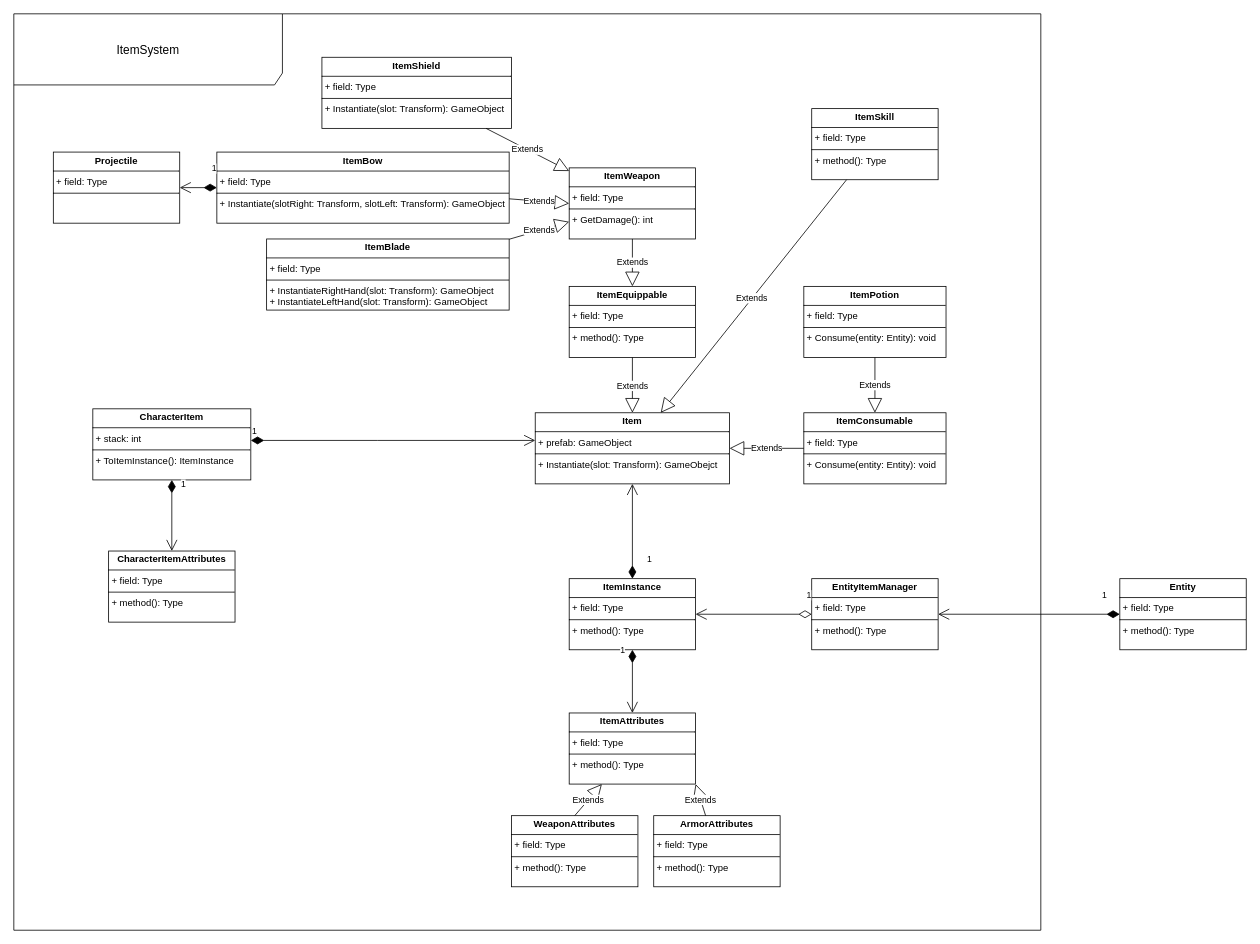
GameCater/DrawIO keeps this draw.io diagram as rpg.drawio. Above is the earlier version. Source tidied: cells renumbered, new cells numbered last; positions are measured from the earlier drawing's top-left corner, leaving out a move shared by most shapes. Both pictures are drawn from the tidied source at 79%, with x=0, y=0 at pixel (13, 13).
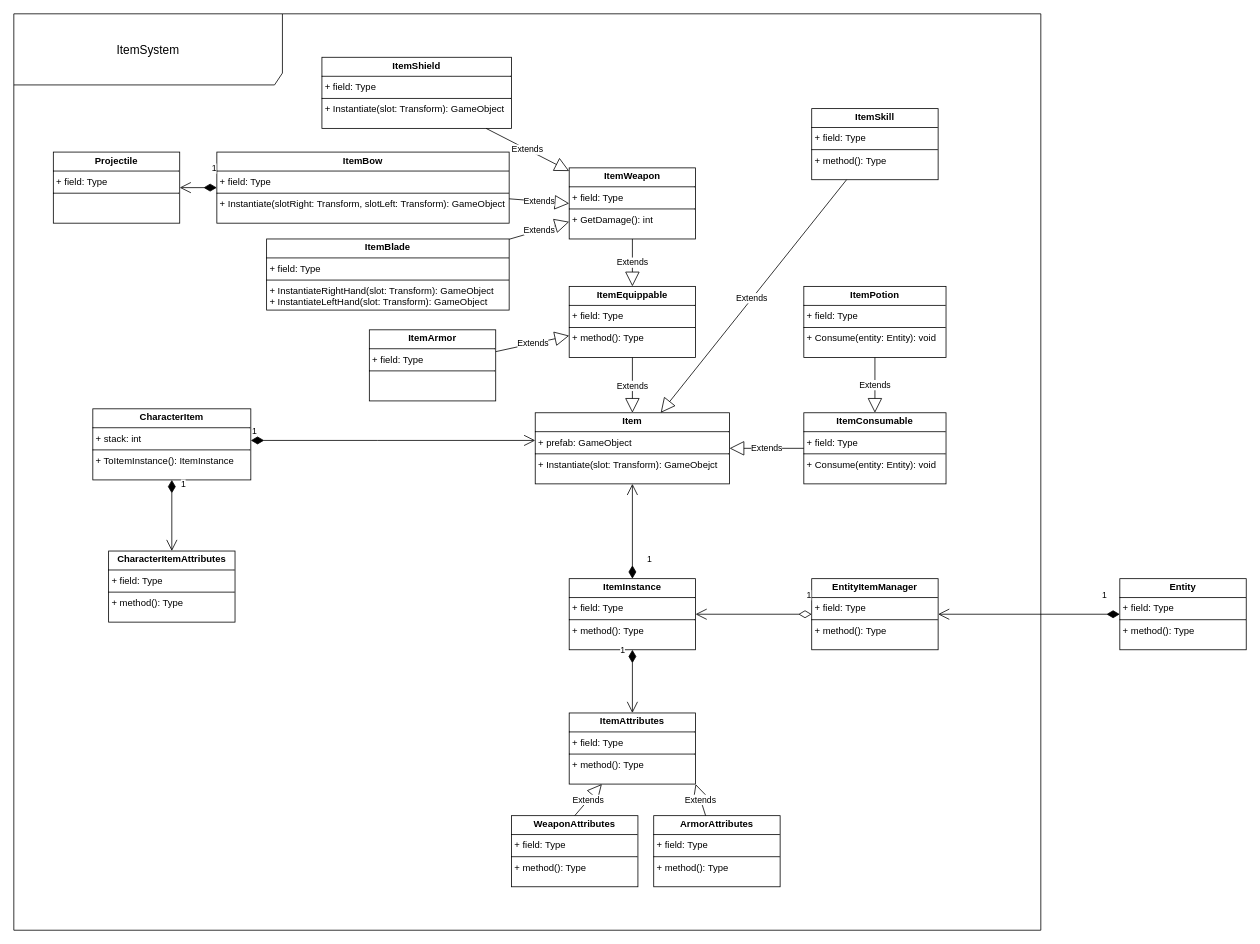
Above is the later version.

Unchanged cells that the change refers to:
```xml
<mxCell id="7" value="&lt;p style=&quot;margin:0px;margin-top:4px;text-align:center;&quot;&gt;&lt;b&gt;ItemEquippable&lt;/b&gt;&lt;/p&gt;&lt;hr size=&quot;1&quot; style=&quot;border-style:solid;&quot;&gt;&lt;p style=&quot;margin:0px;margin-left:4px;&quot;&gt;+ field: Type&lt;/p&gt;&lt;hr size=&quot;1&quot; style=&quot;border-style:solid;&quot;&gt;&lt;p style=&quot;margin:0px;margin-left:4px;&quot;&gt;+ method(): Type&lt;/p&gt;" style="verticalAlign=top;align=left;overflow=fill;html=1;whiteSpace=wrap;" parent="1" vertex="1">
  <mxGeometry x="703" y="345" width="160" height="90" as="geometry" />
</mxCell>
```

The edit, as a diff of the source:
```diff
@@
+    <mxCell id="38" value="&lt;p style=&quot;margin:0px;margin-top:4px;text-align:center;&quot;&gt;&lt;b&gt;ItemArmor&lt;/b&gt;&lt;/p&gt;&lt;hr size=&quot;1&quot; style=&quot;border-style:solid;&quot;&gt;&lt;p style=&quot;margin:0px;margin-left:4px;&quot;&gt;+ field: Type&lt;/p&gt;&lt;hr size=&quot;1&quot; style=&quot;border-style:solid;&quot;&gt;&lt;p style=&quot;margin:0px;margin-left:4px;&quot;&gt;&lt;br&gt;&lt;/p&gt;" style="verticalAlign=top;align=left;overflow=fill;html=1;whiteSpace=wrap;" parent="1" vertex="1">
+      <mxGeometry x="450" y="400" width="160" height="90" as="geometry" />
+    </mxCell>
+    <mxCell id="39" value="Extends" style="endArrow=block;endSize=16;endFill=0;html=1;rounded=0;" parent="1" edge="1" source="38" target="7">
+      <mxGeometry relative="1" as="geometry" />
+    </mxCell>
```
